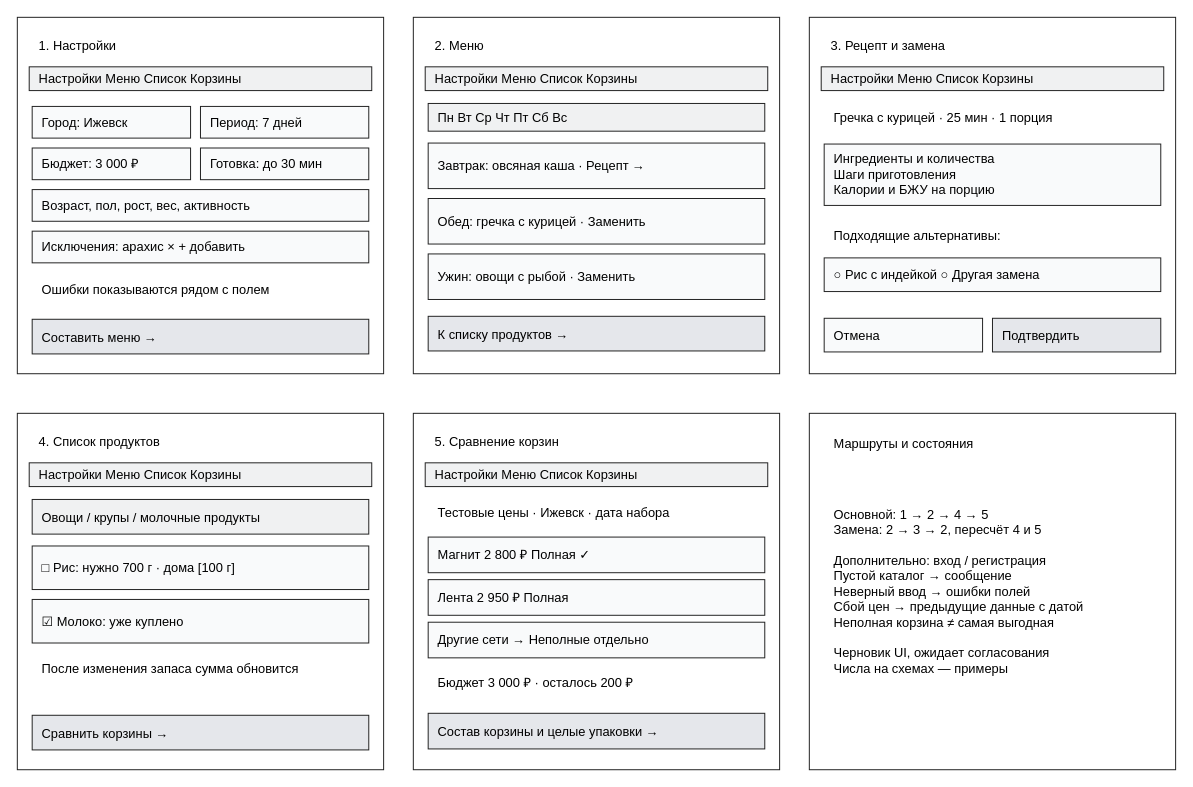
The draw.io diagram docs/lab2/diagrams/wireframes.drawio in Xaz16/FitNutrition, before the edit. Source tidied: cells renumbered, new cells numbered last; positions are measured from the earlier drawing's top-left corner, leaving out a move shared by most shapes. Both pictures are drawn from the tidied source at 99%, with x=0, y=0 at pixel (17, 17).
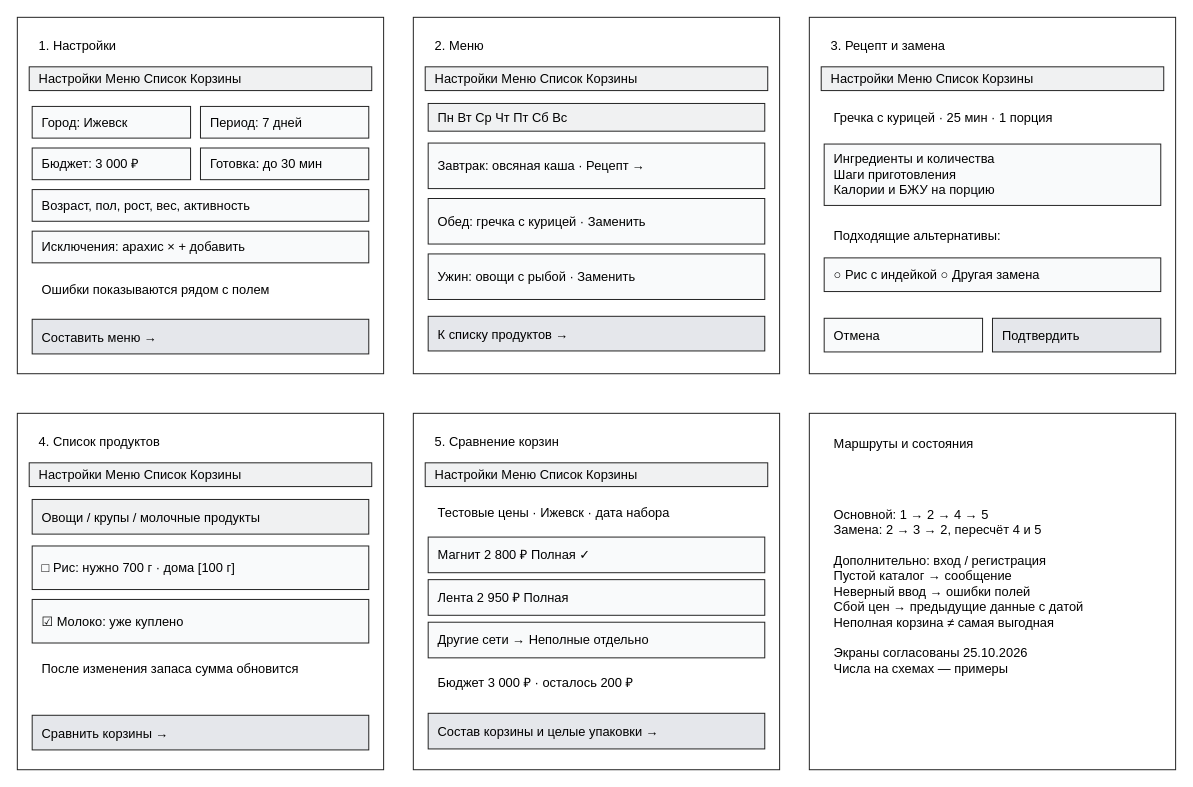
The same page after the edit.

What changed in the source:
```diff
@@
-    <mxCell id="49" value="Основной: 1 → 2 → 4 → 5&#10;Замена: 2 → 3 → 2, пересчёт 4 и 5&#10;&#10;Дополнительно: вход / регистрация&#10;Пустой каталог → сообщение&#10;Неверный ввод → ошибки полей&#10;Сбой цен → предыдущие данные с датой&#10;Неполная корзина ≠ самая выгодная&#10;&#10;Черновик UI, ожидает согласования&#10;Числа на схемах — примеры" style="rounded=0;whiteSpace=wrap;html=0;align=left;spacingLeft=8;fillColor=white;strokeColor=none;fontSize=13;" parent="1" vertex="1">
+    <mxCell id="49" value="Основной: 1 → 2 → 4 → 5&#10;Замена: 2 → 3 → 2, пересчёт 4 и 5&#10;&#10;Дополнительно: вход / регистрация&#10;Пустой каталог → сообщение&#10;Неверный ввод → ошибки полей&#10;Сбой цен → предыдущие данные с датой&#10;Неполная корзина ≠ самая выгодная&#10;&#10;Экраны согласованы 25.10.2026&#10;Числа на схемах — примеры" style="rounded=0;whiteSpace=wrap;html=0;align=left;spacingLeft=8;fillColor=white;strokeColor=none;fontSize=13;" parent="1" vertex="1">
       <mxGeometry x="815" y="465" width="340" height="230" as="geometry" />
     </mxCell>
```
